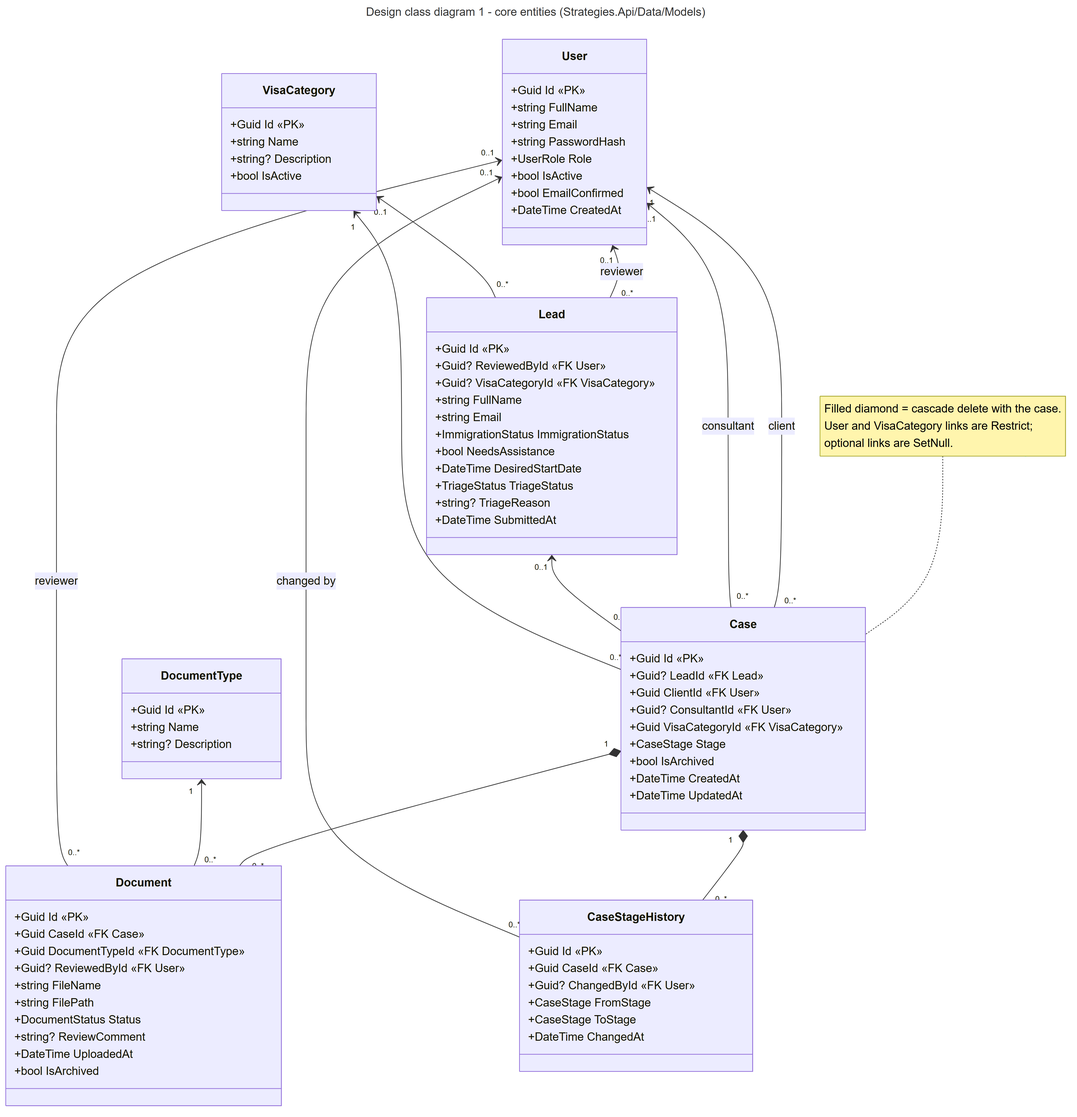
Before: docs/diagrams/design-class.png, a diagram exported from Mermaid (Muthambi-Mbulungeni/final-project-api). Its source is kept beside it as docs/diagrams/design-class.mmd. Source of this version:
```mermaid
---
title: Design class diagram 1 - core entities (Strategies.Api/Data/Models)
---
classDiagram
    direction TB

    class User {
        +Guid Id «PK»
        +string FullName
        +string Email
        +string PasswordHash
        +UserRole Role
        +bool IsActive
        +bool EmailConfirmed
        +DateTime CreatedAt
    }
    class Lead {
        +Guid Id «PK»
        +Guid? ReviewedById «FK User»
        +Guid? VisaCategoryId «FK VisaCategory»
        +string FullName
        +string Email
        +ImmigrationStatus ImmigrationStatus
        +bool NeedsAssistance
        +DateTime DesiredStartDate
        +TriageStatus TriageStatus
        +string? TriageReason
        +DateTime SubmittedAt
    }
    class Case {
        +Guid Id «PK»
        +Guid? LeadId «FK Lead»
        +Guid ClientId «FK User»
        +Guid? ConsultantId «FK User»
        +Guid VisaCategoryId «FK VisaCategory»
        +CaseStage Stage
        +bool IsArchived
        +DateTime CreatedAt
        +DateTime UpdatedAt
    }
    class Document {
        +Guid Id «PK»
        +Guid CaseId «FK Case»
        +Guid DocumentTypeId «FK DocumentType»
        +Guid? ReviewedById «FK User»
        +string FileName
        +string FilePath
        +DocumentStatus Status
        +string? ReviewComment
        +DateTime UploadedAt
        +bool IsArchived
    }
    class CaseStageHistory {
        +Guid Id «PK»
        +Guid CaseId «FK Case»
        +Guid? ChangedById «FK User»
        +CaseStage FromStage
        +CaseStage ToStage
        +DateTime ChangedAt
    }
    class VisaCategory {
        +Guid Id «PK»
        +string Name
        +string? Description
        +bool IsActive
    }
    class DocumentType {
        +Guid Id «PK»
        +string Name
        +string? Description
    }

    User "1" <-- "0..*" Case : client
    User "0..1" <-- "0..*" Case : consultant
    Lead "0..1" <-- "0..*" Case
    VisaCategory "1" <-- "0..*" Case
    User "0..1" <-- "0..*" Lead : reviewer
    VisaCategory "0..1" <-- "0..*" Lead
    Case "1" *-- "0..*" Document
    DocumentType "1" <-- "0..*" Document
    User "0..1" <-- "0..*" Document : reviewer
    Case "1" *-- "0..*" CaseStageHistory
    User "0..1" <-- "0..*" CaseStageHistory : changed by

    note for Case "Filled diamond = cascade delete with the case.<br>User and VisaCategory links are Restrict;<br>optional links are SetNull."
```
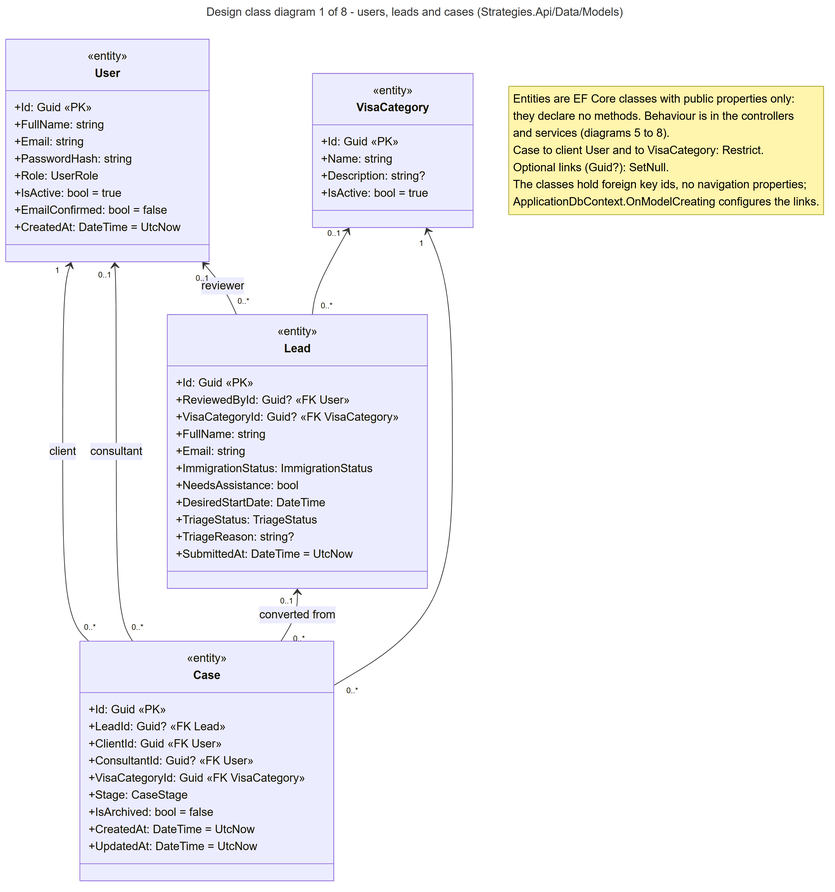
The same file after the commit.

What changed in the source:
```diff
@@ -1,85 +1,59 @@
 ---
-title: Design class diagram 1 - core entities (Strategies.Api/Data/Models)
+title: Design class diagram 1 of 8 - users, leads and cases (Strategies.Api/Data/Models)
 ---
 classDiagram
     direction TB
 
     class User {
-        +Guid Id «PK»
-        +string FullName
-        +string Email
-        +string PasswordHash
-        +UserRole Role
-        +bool IsActive
-        +bool EmailConfirmed
-        +DateTime CreatedAt
+        <<entity>>
+        +Id: Guid «PK»
+        +FullName: string
+        +Email: string
+        +PasswordHash: string
+        +Role: UserRole
+        +IsActive: bool = true
+        +EmailConfirmed: bool = false
+        +CreatedAt: DateTime = UtcNow
     }
     class Lead {
-        +Guid Id «PK»
-        +Guid? ReviewedById «FK User»
-        +Guid? VisaCategoryId «FK VisaCategory»
-        +string FullName
-        +string Email
-        +ImmigrationStatus ImmigrationStatus
-        +bool NeedsAssistance
-        +DateTime DesiredStartDate
-        +TriageStatus TriageStatus
-        +string? TriageReason
-        +DateTime SubmittedAt
+        <<entity>>
+        +Id: Guid «PK»
+        +ReviewedById: Guid? «FK User»
+        +VisaCategoryId: Guid? «FK VisaCategory»
+        +FullName: string
+        +Email: string
+        +ImmigrationStatus: ImmigrationStatus
+        +NeedsAssistance: bool
+        +DesiredStartDate: DateTime
+        +TriageStatus: TriageStatus
+        +TriageReason: string?
+        +SubmittedAt: DateTime = UtcNow
     }
     class Case {
-        +Guid Id «PK»
-        +Guid? LeadId «FK Lead»
-        +Guid ClientId «FK User»
-        +Guid? ConsultantId «FK User»
-        +Guid VisaCategoryId «FK VisaCategory»
-        +CaseStage Stage
-        +bool IsArchived
-        +DateTime CreatedAt
-        +DateTime UpdatedAt
-    }
-    class Document {
-        +Guid Id «PK»
-        +Guid CaseId «FK Case»
-        +Guid DocumentTypeId «FK DocumentType»
-        +Guid? ReviewedById «FK User»
-        +string FileName
-        +string FilePath
-        +DocumentStatus Status
-        +string? ReviewComment
-        +DateTime UploadedAt
-        +bool IsArchived
-    }
-    class CaseStageHistory {
-        +Guid Id «PK»
-        +Guid CaseId «FK Case»
-        +Guid? ChangedById «FK User»
-        +CaseStage FromStage
-        +CaseStage ToStage
-        +DateTime ChangedAt
+        <<entity>>
+        +Id: Guid «PK»
+        +LeadId: Guid? «FK Lead»
+        +ClientId: Guid «FK User»
+        +ConsultantId: Guid? «FK User»
+        +VisaCategoryId: Guid «FK VisaCategory»
+        +Stage: CaseStage
+        +IsArchived: bool = false
+        +CreatedAt: DateTime = UtcNow
+        +UpdatedAt: DateTime = UtcNow
     }
     class VisaCategory {
-        +Guid Id «PK»
-        +string Name
-        +string? Description
-        +bool IsActive
-    }
-    class DocumentType {
-        +Guid Id «PK»
-        +string Name
-        +string? Description
+        <<entity>>
+        +Id: Guid «PK»
+        +Name: string
+        +Description: string?
+        +IsActive: bool = true
     }
 
     User "1" <-- "0..*" Case : client
     User "0..1" <-- "0..*" Case : consultant
-    Lead "0..1" <-- "0..*" Case
+    Lead "0..1" <-- "0..*" Case : converted from
     VisaCategory "1" <-- "0..*" Case
     User "0..1" <-- "0..*" Lead : reviewer
     VisaCategory "0..1" <-- "0..*" Lead
-    Case "1" *-- "0..*" Document
-    DocumentType "1" <-- "0..*" Document
-    User "0..1" <-- "0..*" Document : reviewer
-    Case "1" *-- "0..*" CaseStageHistory
-    User "0..1" <-- "0..*" CaseStageHistory : changed by
 
-    note for Case "Filled diamond = cascade delete with the case.<br>User and VisaCategory links are Restrict;<br>optional links are SetNull."
+    note "Entities are EF Core classes with public properties only:<br>they declare no methods. Behaviour is in the controllers<br>and services (diagrams 5 to 8).<br>Case to client User and to VisaCategory: Restrict.<br>Optional links (Guid?): SetNull.<br>The classes hold foreign key ids, no navigation properties;<br>ApplicationDbContext.OnModelCreating configures the links."
```
